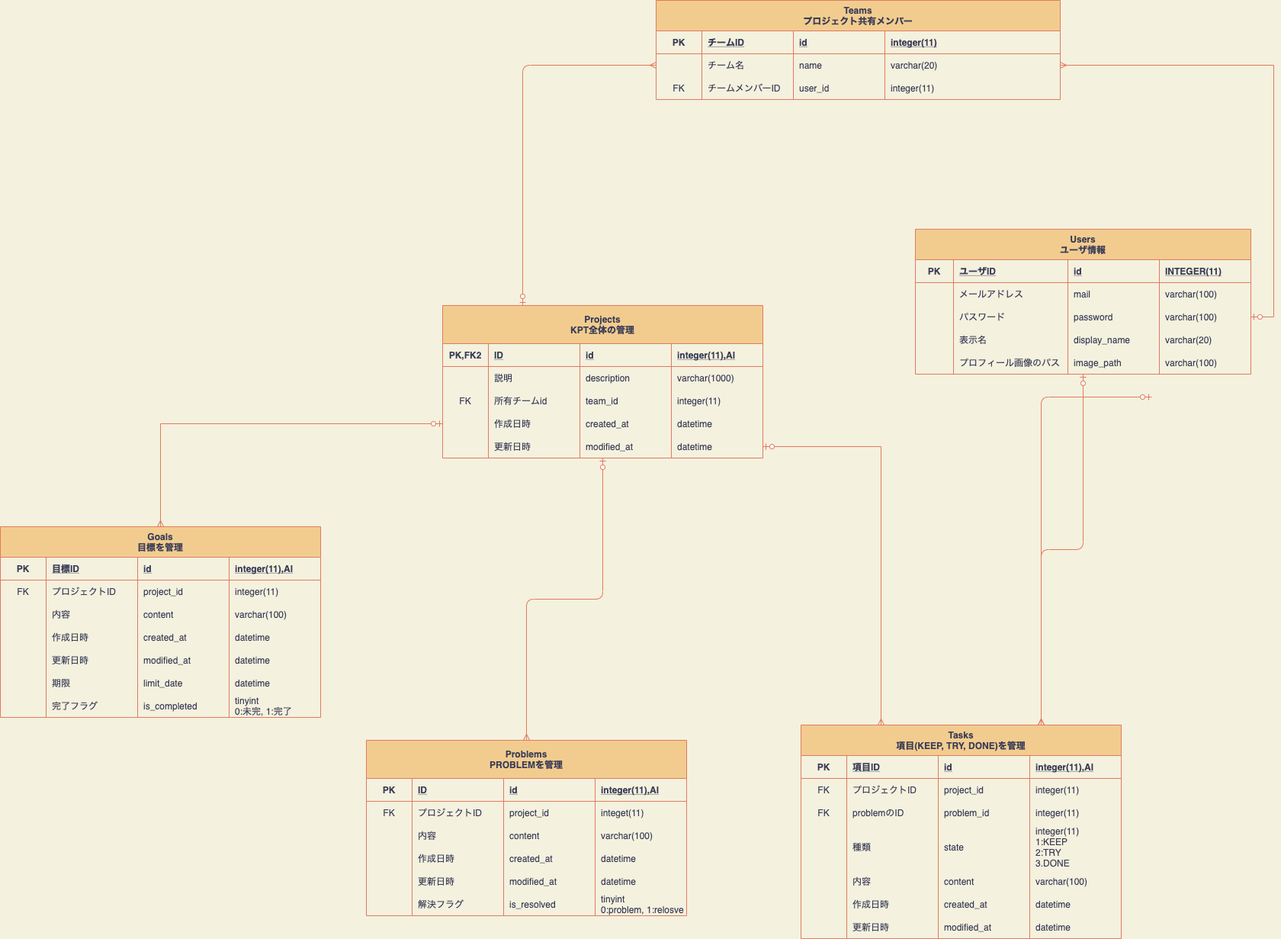
Above: database_er_diagram.png in nanas773/kpt-design (draw.io), before the change. Source tidied: cells renumbered, new cells last; positions are measured from the earlier drawing's top-left corner, leaving out a move shared by most shapes.
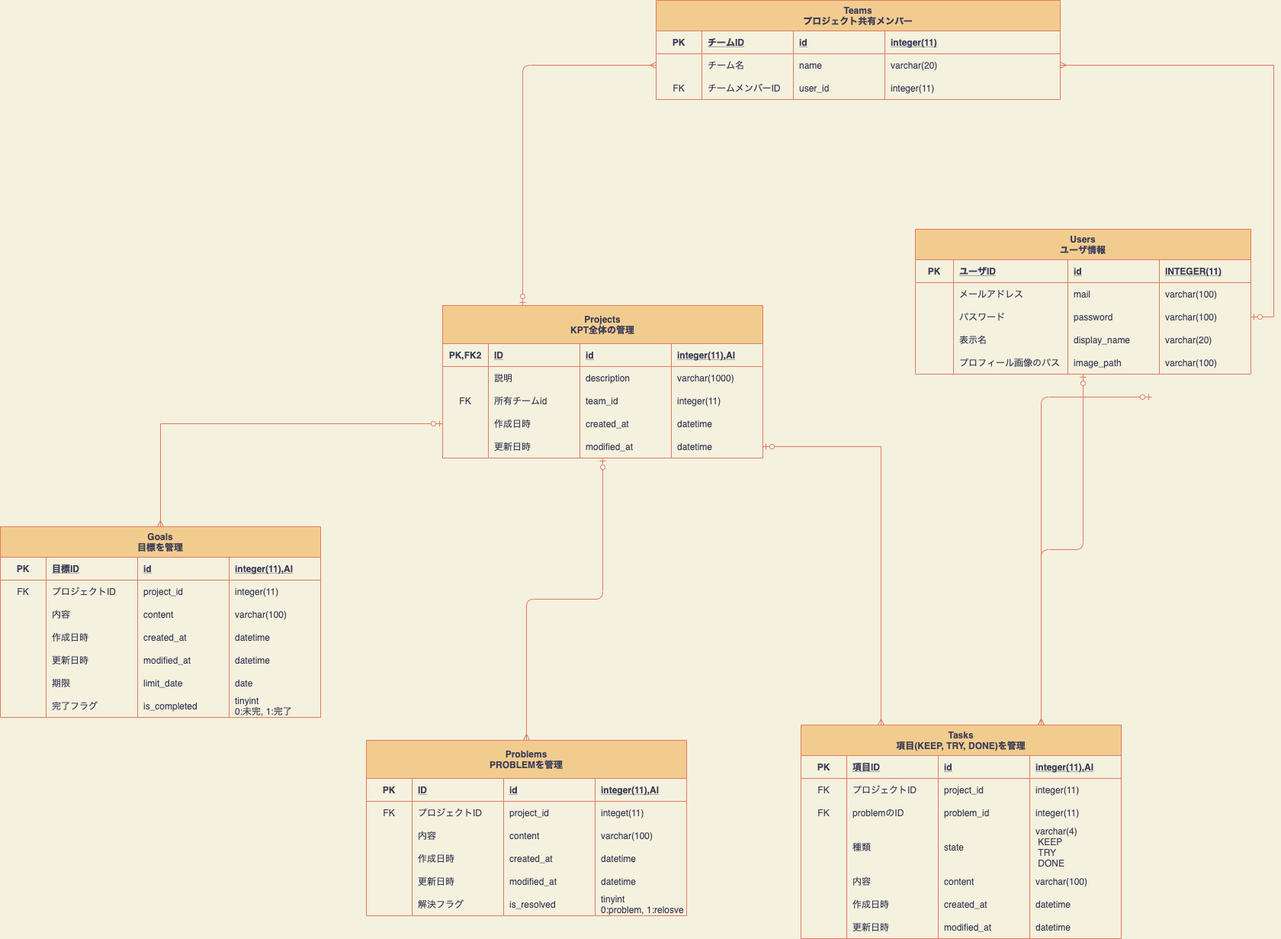
The same diagram one commit later.

Commit message:
Remove&Add: 新しい画像ファイルの書き出し

Diff of the diagram source:
```diff
@@ -210,7 +210,7 @@
     <mxCell id="68" value="state" style="shape=partialRectangle;fillColor=none;top=0;left=0;bottom=0;right=0;align=left;spacingLeft=6;overflow=hidden;strokeColor=#E07A5F;fontColor=#393C56;" parent="65" vertex="1">
       <mxGeometry x="180" width="120" height="60" as="geometry" />
     </mxCell>
-    <mxCell id="69" value="integer(11)&#10;1:KEEP&#10;2:TRY&#10;3.DONE" style="shape=partialRectangle;fillColor=none;top=0;left=0;bottom=0;right=0;align=left;spacingLeft=6;overflow=hidden;strokeColor=#E07A5F;fontColor=#393C56;" parent="65" vertex="1">
+    <mxCell id="69" value="varchar(4)&#10; KEEP&#10; TRY&#10; DONE" style="shape=partialRectangle;fillColor=none;top=0;left=0;bottom=0;right=0;align=left;spacingLeft=6;overflow=hidden;strokeColor=#E07A5F;fontColor=#393C56;" parent="65" vertex="1">
       <mxGeometry x="300" width="120" height="60" as="geometry" />
     </mxCell>
     <mxCell id="70" style="shape=partialRectangle;fillColor=none;top=0;left=0;bottom=0;right=0;points=[[0,0.5],[1,0.5]];portConstraint=eastwest;strokeColor=#E07A5F;fontColor=#393C56;" parent="49" vertex="1">
@@ -534,7 +534,7 @@
     <mxCell id="174" value="limit_date" style="shape=partialRectangle;fillColor=none;top=0;left=0;bottom=0;right=0;align=left;spacingLeft=6;overflow=hidden;strokeColor=#E07A5F;fontColor=#393C56;" parent="171" vertex="1">
       <mxGeometry x="180" width="120" height="30" as="geometry" />
     </mxCell>
-    <mxCell id="175" value="datetime" style="shape=partialRectangle;fillColor=none;top=0;left=0;bottom=0;right=0;align=left;spacingLeft=6;overflow=hidden;strokeColor=#E07A5F;fontColor=#393C56;" parent="171" vertex="1">
+    <mxCell id="175" value="date" style="shape=partialRectangle;fillColor=none;top=0;left=0;bottom=0;right=0;align=left;spacingLeft=6;overflow=hidden;strokeColor=#E07A5F;fontColor=#393C56;" parent="171" vertex="1">
       <mxGeometry x="300" width="120" height="30" as="geometry" />
     </mxCell>
     <mxCell id="176" style="shape=partialRectangle;fillColor=none;top=0;left=0;bottom=0;right=0;strokeColor=#E07A5F;fontColor=#393C56;" parent="145" vertex="1">
```
